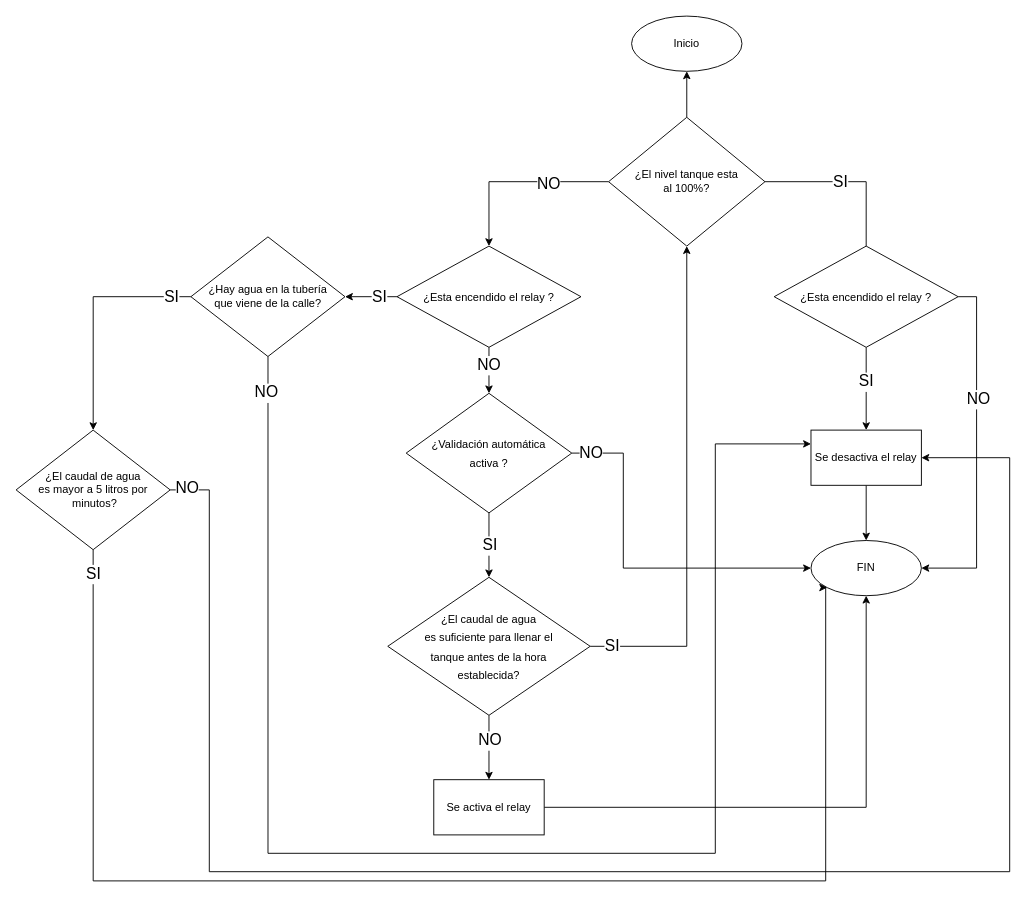
This is Diagrama/Untitled Diagram.drawio from henry-guido/IoT, a draw.io file, before an edit. Source tidied: cells renumbered, new cells numbered last; positions are measured from the earlier drawing's top-left corner, leaving out a move shared by most shapes. Both pictures are drawn from the tidied source at 92%, with x=0, y=0 at pixel (16, 16).
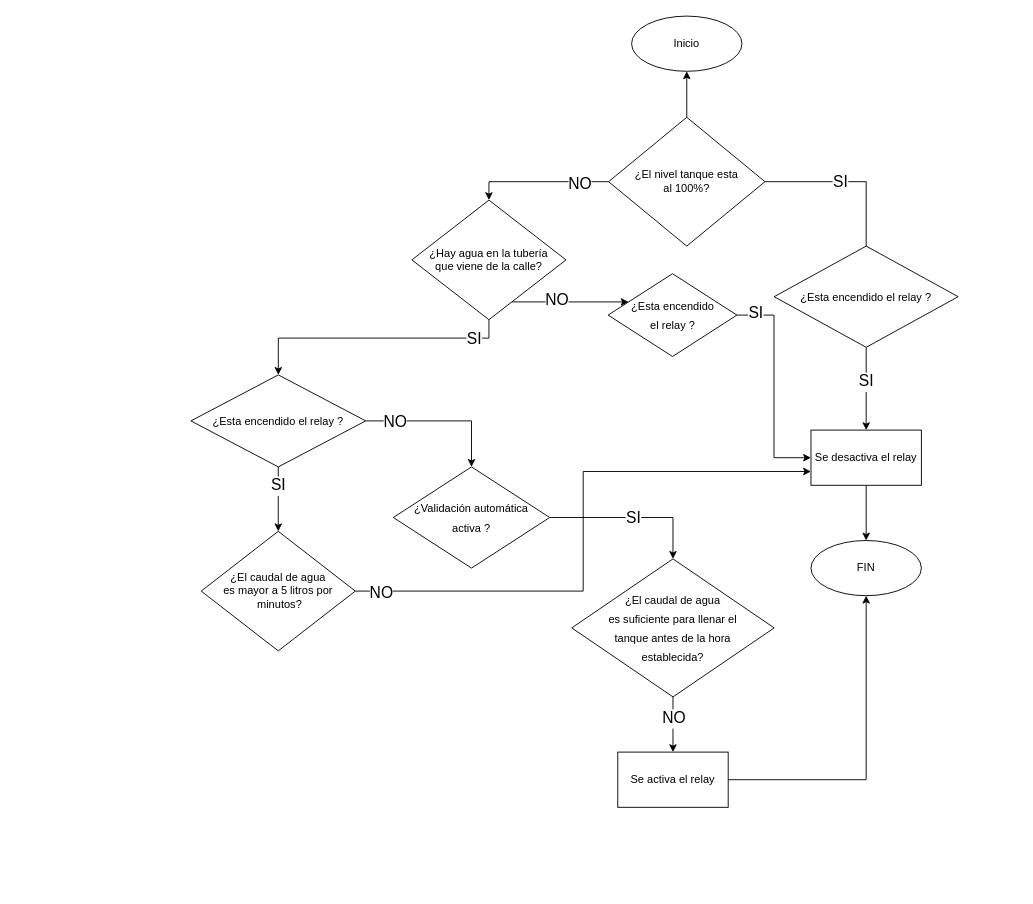
Above is the later version.

Unchanged cells that the change refers to:
```xml
<mxCell id="7" value="¿El nivel tanque esta &lt;br&gt;al 100%?" style="rhombus;whiteSpace=wrap;html=1;" parent="1" vertex="1">
  <mxGeometry x="644" y="110" width="170" height="140" as="geometry" />
</mxCell>
<mxCell id="21" value="Se desactiva el relay" style="rounded=0;whiteSpace=wrap;html=1;" parent="1" vertex="1">
  <mxGeometry x="864" y="450" width="120" height="60" as="geometry" />
</mxCell>
<mxCell id="26" value="&lt;font style=&quot;font-size: 12px;&quot;&gt;¿Esta encendido el relay ?&lt;/font&gt;" style="rhombus;whiteSpace=wrap;html=1;fontSize=17;" parent="1" vertex="1">
  <mxGeometry x="824" y="250" width="200" height="110" as="geometry" />
</mxCell>
<mxCell id="27" value="FIN" style="ellipse;whiteSpace=wrap;html=1;rounded=0;" parent="1" vertex="1">
  <mxGeometry x="864" y="570" width="120" height="60" as="geometry" />
</mxCell>
```

Change to the diagram source:
```diff
@@
-    <mxCell id="4" style="edgeStyle=orthogonalEdgeStyle;rounded=0;jettySize=auto;html=1;fontSize=17;entryX=0.5;entryY=0;entryDx=0;entryDy=0;" parent="1" edge="1" source="7" target="32">
-      <mxGeometry relative="1" as="geometry">
-        <Array as="points">
-          <mxPoint x="514" y="180" />
-        </Array>
-      </mxGeometry>
-    </mxCell>
-    <mxCell id="5" value="NO" style="edgeLabel;html=1;align=center;verticalAlign=middle;fontSize=17;" parent="4" vertex="1">
-      <mxGeometry x="-0.34" y="2" relative="1" as="geometry" />
-    </mxCell>
@@
+    <mxCell id="44" style="edgeStyle=orthogonalEdgeStyle;rounded=0;jettySize=auto;html=1;entryX=0.5;entryY=0;entryDx=0;entryDy=0;fontSize=17;" parent="1" edge="1" source="7" target="17">
+      <mxGeometry relative="1" as="geometry" />
+    </mxCell>
+    <mxCell id="45" value="NO" style="edgeLabel;html=1;align=center;verticalAlign=middle;fontSize=17;" parent="44" vertex="1">
+      <mxGeometry x="-0.58" y="2" relative="1" as="geometry" />
+    </mxCell>
@@
-    <mxCell id="8" style="edgeStyle=orthogonalEdgeStyle;rounded=0;jettySize=auto;html=1;fontSize=12;entryX=0.5;entryY=0;entryDx=0;entryDy=0;" parent="1" edge="1" source="12" target="19">
+    <mxCell id="8" style="edgeStyle=orthogonalEdgeStyle;rounded=0;jettySize=auto;html=1;fontSize=12;entryX=0.5;entryY=0;entryDx=0;entryDy=0;exitX=0.5;exitY=1;exitDx=0;exitDy=0;" parent="1" edge="1" source="12" target="19">
       <mxGeometry relative="1" as="geometry" />
     </mxCell>
@@
-    <mxCell id="10" style="edgeStyle=orthogonalEdgeStyle;rounded=0;jettySize=auto;html=1;entryX=0.5;entryY=1;entryDx=0;entryDy=0;fontSize=17;" parent="1" edge="1" source="12" target="7">
-      <mxGeometry relative="1" as="geometry" />
-    </mxCell>
-    <mxCell id="11" value="SI" style="edgeLabel;html=1;align=center;verticalAlign=middle;fontSize=17;" parent="10" vertex="1">
-      <mxGeometry x="-0.85" y="-1" relative="1" as="geometry">
-        <mxPoint x="-18" y="-1" as="offset" />
-      </mxGeometry>
-    </mxCell>
     <mxCell id="12" value="&lt;span style=&quot;font-size: 12px;&quot;&gt;¿El caudal de agua &lt;br&gt;es suficiente para llenar el &lt;br&gt;tanque antes&amp;nbsp;de la hora &lt;br&gt;establecida?&lt;/span&gt;" style="rhombus;whiteSpace=wrap;html=1;fontSize=17;" parent="1" vertex="1">
-      <mxGeometry x="404" y="610" width="220" height="150" as="geometry" />
+      <mxGeometry x="604" y="590" width="220" height="150" as="geometry" />
     </mxCell>
-    <mxCell id="13" style="edgeStyle=orthogonalEdgeStyle;rounded=0;jettySize=auto;html=1;fontSize=17;exitX=0;exitY=0.5;exitDx=0;exitDy=0;" parent="1" edge="1" source="17" target="37">
-      <mxGeometry relative="1" as="geometry" />
-    </mxCell>
-    <mxCell id="14" value="SI" style="edgeLabel;html=1;align=center;verticalAlign=middle;fontSize=17;" parent="13" vertex="1">
-      <mxGeometry x="-0.17" relative="1" as="geometry">
-        <mxPoint x="82" as="offset" />
-      </mxGeometry>
-    </mxCell>
-    <mxCell id="15" style="edgeStyle=orthogonalEdgeStyle;rounded=0;jettySize=auto;html=1;fontSize=17;entryX=0;entryY=0.25;entryDx=0;entryDy=0;" parent="1" edge="1" source="17" target="21">
-      <mxGeometry relative="1" as="geometry">
-        <Array as="points">
-          <mxPoint x="274" y="910" />
-          <mxPoint x="760" y="910" />
-          <mxPoint x="760" y="465" />
-        </Array>
-      </mxGeometry>
-    </mxCell>
-    <mxCell id="16" value="NO" style="edgeLabel;html=1;align=center;verticalAlign=middle;fontSize=17;" parent="15" vertex="1">
-      <mxGeometry x="-0.95" y="-2" relative="1" as="geometry">
-        <mxPoint y="1" as="offset" />
-      </mxGeometry>
-    </mxCell>
-    <mxCell id="17" value="¿Hay agua en la tubería &lt;br&gt;que viene de la calle?" style="rhombus;whiteSpace=wrap;html=1;fontSize=12;" parent="1" vertex="1">
-      <mxGeometry x="190" y="240" width="167.5" height="130" as="geometry" />
-    </mxCell>
@@
     <mxCell id="19" value="Se activa el relay" style="whiteSpace=wrap;html=1;" parent="1" vertex="1">
-      <mxGeometry x="454" y="830" width="120" height="60" as="geometry" />
+      <mxGeometry x="654" y="800" width="120" height="60" as="geometry" />
     </mxCell>
@@
-    <mxCell id="24" style="edgeStyle=orthogonalEdgeStyle;rounded=0;jettySize=auto;html=1;exitX=1;exitY=0.5;exitDx=0;exitDy=0;entryX=1;entryY=0.5;entryDx=0;entryDy=0;fontSize=17;" parent="1" edge="1" source="26" target="27">
-      <mxGeometry relative="1" as="geometry" />
-    </mxCell>
-    <mxCell id="25" value="NO" style="edgeLabel;html=1;align=center;verticalAlign=middle;fontSize=17;" parent="24" vertex="1">
-      <mxGeometry x="-0.3" y="1" relative="1" as="geometry" />
-    </mxCell>
@@
-    <mxCell id="28" style="edgeStyle=orthogonalEdgeStyle;rounded=0;jettySize=auto;html=1;entryX=1;entryY=0.5;entryDx=0;entryDy=0;fontSize=17;" parent="1" edge="1" source="32" target="17">
-      <mxGeometry relative="1" as="geometry" />
-    </mxCell>
-    <mxCell id="29" value="SI" style="edgeLabel;html=1;align=center;verticalAlign=middle;fontSize=17;" parent="28" vertex="1">
-      <mxGeometry x="-0.28" relative="1" as="geometry" />
-    </mxCell>
-    <mxCell id="30" style="edgeStyle=orthogonalEdgeStyle;rounded=0;jettySize=auto;html=1;fontSize=17;" parent="1" edge="1" source="32" target="41">
-      <mxGeometry relative="1" as="geometry" />
+    <mxCell id="30" style="edgeStyle=orthogonalEdgeStyle;rounded=0;jettySize=auto;html=1;fontSize=17;startArrow=none;" parent="1" edge="1" source="17" target="32">
+      <mxGeometry relative="1" as="geometry">
+        <Array as="points">
+          <mxPoint x="514" y="265" />
+        </Array>
+      </mxGeometry>
     </mxCell>
-    <mxCell id="31" value="NO" style="edgeLabel;html=1;align=center;verticalAlign=middle;fontSize=17;" parent="30" vertex="1">
-      <mxGeometry x="-0.25" y="-1" relative="1" as="geometry" />
-    </mxCell>
+    <mxCell id="46" value="NO" style="edgeLabel;html=1;align=center;verticalAlign=middle;fontSize=17;" parent="30" vertex="1">
+      <mxGeometry x="-0.23" y="2" relative="1" as="geometry" />
+    </mxCell>
+    <mxCell id="47" style="edgeStyle=orthogonalEdgeStyle;rounded=0;jettySize=auto;html=1;entryX=0;entryY=0.5;entryDx=0;entryDy=0;fontSize=17;" parent="1" edge="1" source="32" target="21">
+      <mxGeometry relative="1" as="geometry" />
+    </mxCell>
+    <mxCell id="48" value="SI" style="edgeLabel;html=1;align=center;verticalAlign=middle;fontSize=17;" parent="47" vertex="1">
+      <mxGeometry x="-0.75" y="2" relative="1" as="geometry">
+        <mxPoint x="-9" as="offset" />
+      </mxGeometry>
+    </mxCell>
-    <mxCell id="32" value="&lt;font style=&quot;font-size: 12px;&quot;&gt;¿Esta encendido el relay ?&lt;/font&gt;" style="rhombus;whiteSpace=wrap;html=1;fontSize=17;" parent="1" vertex="1">
-      <mxGeometry x="414" y="250" width="200" height="110" as="geometry" />
+    <mxCell id="32" value="&lt;font style=&quot;font-size: 12px;&quot;&gt;¿Esta encendido &lt;br&gt;el relay ?&lt;/font&gt;" style="rhombus;whiteSpace=wrap;html=1;fontSize=17;" parent="1" vertex="1">
+      <mxGeometry x="643.5" y="280" width="140" height="90" as="geometry" />
     </mxCell>
-    <mxCell id="33" style="edgeStyle=orthogonalEdgeStyle;rounded=0;jettySize=auto;html=1;fontSize=17;entryX=0;entryY=1;entryDx=0;entryDy=0;exitX=0.5;exitY=1;exitDx=0;exitDy=0;" parent="1" edge="1" source="37" target="27">
-      <mxGeometry relative="1" as="geometry">
-        <Array as="points">
-          <mxPoint x="84" y="940" />
-          <mxPoint x="880" y="940" />
-          <mxPoint x="880" y="621" />
-        </Array>
-      </mxGeometry>
-    </mxCell>
-    <mxCell id="34" value="SI" style="edgeLabel;html=1;align=center;verticalAlign=middle;fontSize=17;" parent="33" vertex="1">
-      <mxGeometry x="-0.92" relative="1" as="geometry">
-        <mxPoint y="-32" as="offset" />
-      </mxGeometry>
-    </mxCell>
-    <mxCell id="35" style="edgeStyle=orthogonalEdgeStyle;rounded=0;jettySize=auto;html=1;fontSize=17;entryX=1;entryY=0.5;entryDx=0;entryDy=0;" parent="1" edge="1" source="37" target="21">
-      <mxGeometry relative="1" as="geometry">
-        <Array as="points">
-          <mxPoint x="210" y="515" />
-          <mxPoint x="210" y="930" />
-          <mxPoint x="1080" y="930" />
-          <mxPoint x="1080" y="480" />
-        </Array>
-      </mxGeometry>
+    <mxCell id="35" style="edgeStyle=orthogonalEdgeStyle;rounded=0;jettySize=auto;html=1;entryX=0;entryY=0.75;entryDx=0;entryDy=0;fontSize=17;" parent="1" edge="1" source="37" target="21">
+      <mxGeometry relative="1" as="geometry" />
     </mxCell>
-    <mxCell id="36" value="NO" style="edgeLabel;html=1;align=center;verticalAlign=middle;fontSize=17;" parent="35" vertex="1">
-      <mxGeometry x="-0.97" y="2" relative="1" as="geometry">
-        <mxPoint x="-10" as="offset" />
-      </mxGeometry>
-    </mxCell>
+    <mxCell id="49" value="NO" style="edgeLabel;html=1;align=center;verticalAlign=middle;fontSize=17;" parent="35" vertex="1">
+      <mxGeometry x="-0.91" y="-2" relative="1" as="geometry" />
+    </mxCell>
     <mxCell id="37" value="¿El caudal de agua &lt;br&gt;es&amp;nbsp;mayor a 5 litros por&lt;br&gt;&amp;nbsp;minutos?" style="rhombus;whiteSpace=wrap;html=1;fontSize=12;" parent="1" vertex="1">
-      <mxGeometry y="450" width="167.5" height="130" as="geometry" />
+      <mxGeometry x="201.2" y="560" width="167.5" height="130" as="geometry" />
     </mxCell>
@@
-    <mxCell id="39" style="edgeStyle=orthogonalEdgeStyle;rounded=0;jettySize=auto;html=1;entryX=0;entryY=0.5;entryDx=0;entryDy=0;fontSize=12;" parent="1" edge="1" source="41" target="27">
-      <mxGeometry relative="1" as="geometry">
-        <Array as="points">
-          <mxPoint x="660" y="475" />
-          <mxPoint x="660" y="600" />
-        </Array>
-      </mxGeometry>
-    </mxCell>
-    <mxCell id="40" value="&lt;font style=&quot;font-size: 17px;&quot;&gt;NO&lt;/font&gt;" style="edgeLabel;html=1;align=center;verticalAlign=middle;fontSize=12;" parent="39" vertex="1">
-      <mxGeometry x="-0.79" y="4" relative="1" as="geometry">
-        <mxPoint x="-20" y="4" as="offset" />
-      </mxGeometry>
-    </mxCell>
     <mxCell id="41" value="&lt;font style=&quot;font-size: 12px;&quot;&gt;¿Validación automática &lt;br&gt;activa ?&lt;/font&gt;" style="rhombus;whiteSpace=wrap;html=1;fontSize=17;" parent="1" vertex="1">
-      <mxGeometry x="424" y="410" width="180" height="130" as="geometry" />
+      <mxGeometry x="410" y="490" width="170" height="110" as="geometry" />
     </mxCell>
-    <mxCell id="42" style="endArrow=classic;html=1;rounded=0;fontSize=17;exitX=0.5;exitY=1;exitDx=0;exitDy=0;entryX=0.5;entryY=0;entryDx=0;entryDy=0;" parent="1" edge="1" source="41" target="12">
-      <mxGeometry relative="1" as="geometry" />
+    <mxCell id="42" style="endArrow=classic;html=1;rounded=0;fontSize=17;exitX=1;exitY=0.5;exitDx=0;exitDy=0;entryX=0.5;entryY=0;entryDx=0;entryDy=0;" parent="1" edge="1" source="41" target="12">
+      <mxGeometry relative="1" as="geometry">
+        <Array as="points">
+          <mxPoint x="714" y="545" />
+        </Array>
+      </mxGeometry>
     </mxCell>
@@
+    <mxCell id="50" style="edgeStyle=orthogonalEdgeStyle;rounded=0;jettySize=auto;html=1;exitX=0.5;exitY=1;exitDx=0;exitDy=0;fontSize=17;entryX=0.5;entryY=0;entryDx=0;entryDy=0;" parent="1" edge="1" source="17" target="56">
+      <mxGeometry relative="1" as="geometry">
+        <Array as="points">
+          <mxPoint x="514" y="350" />
+          <mxPoint x="285" y="350" />
+        </Array>
+      </mxGeometry>
+    </mxCell>
+    <mxCell id="51" value="SI" style="edgeLabel;html=1;align=center;verticalAlign=middle;fontSize=17;" parent="50" vertex="1">
+      <mxGeometry x="-0.28" y="1" relative="1" as="geometry">
+        <mxPoint x="67" as="offset" />
+      </mxGeometry>
+    </mxCell>
+    <mxCell id="17" value="¿Hay agua en la tubería &lt;br&gt;que viene de la calle?" style="rhombus;whiteSpace=wrap;html=1;fontSize=12;" parent="1" vertex="1">
+      <mxGeometry x="430.2" y="200" width="167.5" height="130" as="geometry" />
+    </mxCell>
+    <mxCell id="52" style="edgeStyle=orthogonalEdgeStyle;rounded=0;jettySize=auto;html=1;entryX=0.5;entryY=0;entryDx=0;entryDy=0;fontSize=17;" parent="1" edge="1" source="56" target="37">
+      <mxGeometry relative="1" as="geometry" />
+    </mxCell>
+    <mxCell id="53" value="SI" style="edgeLabel;html=1;align=center;verticalAlign=middle;fontSize=17;" parent="52" vertex="1">
+      <mxGeometry x="-0.66" relative="1" as="geometry">
+        <mxPoint y="9" as="offset" />
+      </mxGeometry>
+    </mxCell>
+    <mxCell id="54" style="edgeStyle=orthogonalEdgeStyle;rounded=0;jettySize=auto;html=1;entryX=0.5;entryY=0;entryDx=0;entryDy=0;fontSize=17;" parent="1" edge="1" source="56" target="41">
+      <mxGeometry relative="1" as="geometry" />
+    </mxCell>
+    <mxCell id="55" value="NO" style="edgeLabel;html=1;align=center;verticalAlign=middle;fontSize=17;" parent="54" vertex="1">
+      <mxGeometry x="-0.62" y="-1" relative="1" as="geometry" />
+    </mxCell>
+    <mxCell id="56" value="&lt;font style=&quot;font-size: 12px;&quot;&gt;¿Esta encendido el relay&amp;nbsp;?&lt;/font&gt;" style="rhombus;whiteSpace=wrap;html=1;fontSize=17;" parent="1" vertex="1">
+      <mxGeometry x="190" y="390" width="190" height="100" as="geometry" />
+    </mxCell>
```
